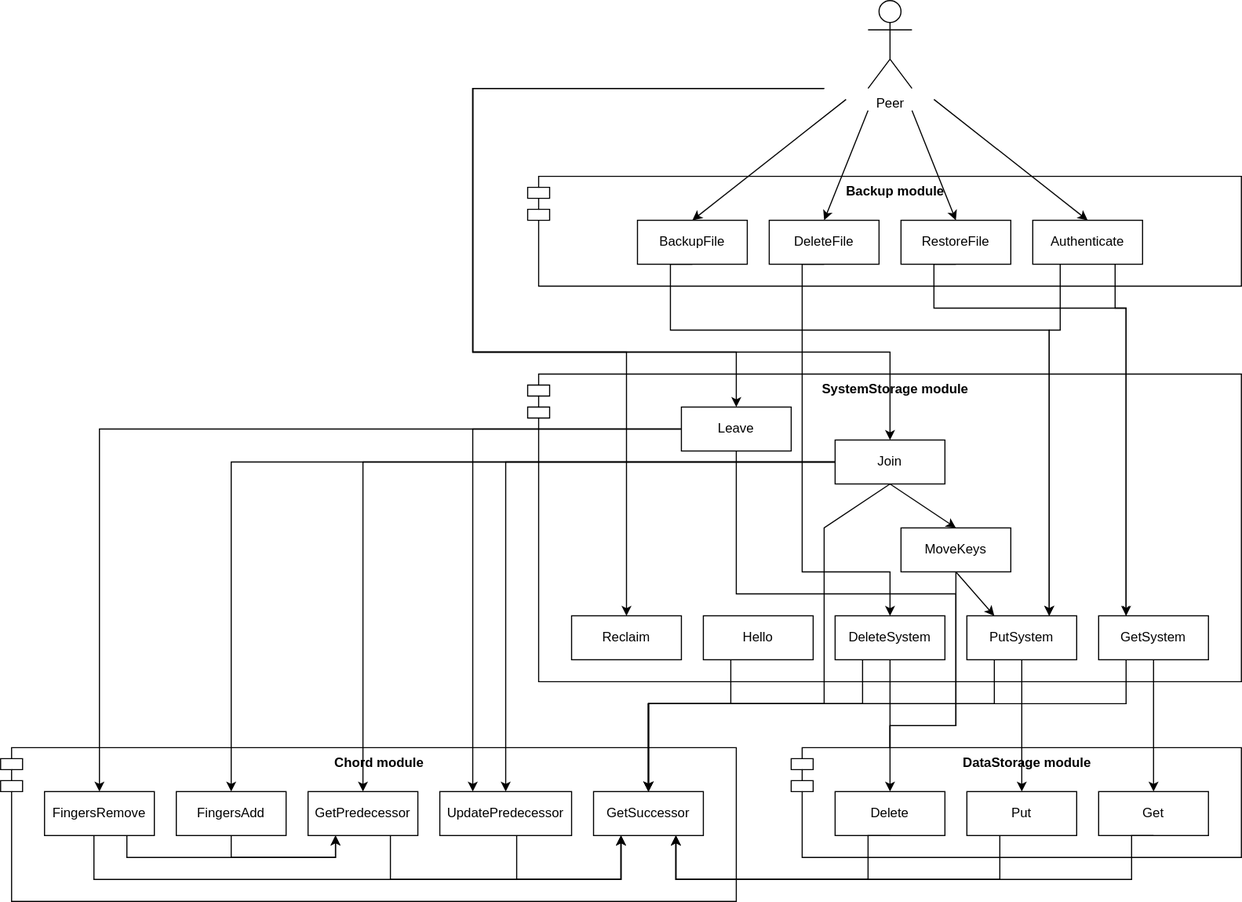
The draw.io diagram doc/protocols.svg in dmfrodrigues/feup-sdis-proj2, before a commit. Source tidied: cells renumbered, new cells last; positions are measured from the earlier drawing's top-left corner, leaving out a move shared by most shapes.
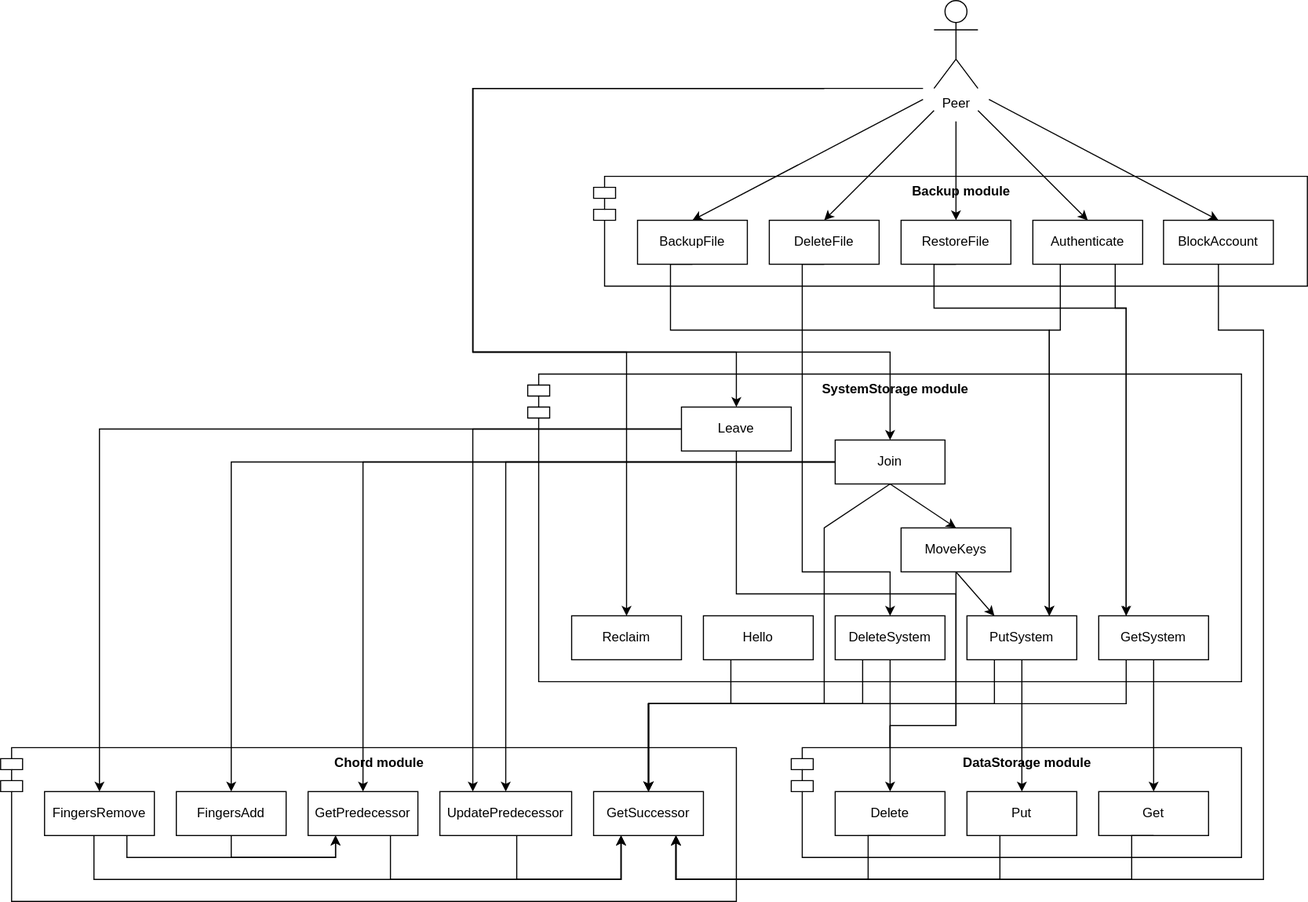
Later version of the same file.

Commit message:
Reviewed protocols

Diff of the diagram source:
```diff
@@ -45,7 +45,7 @@
       <mxGeometry x="760" y="560" width="100" height="40" as="geometry" />
     </mxCell>
     <mxCell id="11" value="Backup module" style="shape=module;align=left;spacingLeft=20;align=center;verticalAlign=top;fontStyle=1;" parent="1" vertex="1">
-      <mxGeometry x="480" y="160" width="650" height="100" as="geometry" />
+      <mxGeometry x="540" y="160" width="650" height="100" as="geometry" />
     </mxCell>
     <mxCell id="12" style="edgeStyle=orthogonalEdgeStyle;rounded=0;jettySize=auto;html=1;exitX=0.5;exitY=1;exitDx=0;exitDy=0;entryX=0.75;entryY=0;entryDx=0;entryDy=0;" parent="1" edge="1" source="13" target="6">
       <mxGeometry relative="1" as="geometry">
@@ -129,26 +129,26 @@
     </mxCell>
     <mxCell id="28" style="edgeStyle=none;rounded=0;jettySize=auto;html=1;entryX=0.5;entryY=0;entryDx=0;entryDy=0;endArrow=classic;endFill=1;" parent="1" edge="1" target="19">
       <mxGeometry relative="1" as="geometry">
-        <mxPoint x="850" y="90" as="sourcePoint" />
+        <mxPoint x="890" y="100" as="sourcePoint" />
       </mxGeometry>
     </mxCell>
     <mxCell id="29" style="edgeStyle=none;rounded=0;jettySize=auto;html=1;entryX=0.5;entryY=0;entryDx=0;entryDy=0;endArrow=classic;endFill=1;" parent="1" edge="1" target="13">
       <mxGeometry relative="1" as="geometry">
-        <mxPoint x="770" y="90" as="sourcePoint" />
+        <mxPoint x="840" y="90" as="sourcePoint" />
       </mxGeometry>
     </mxCell>
     <mxCell id="30" style="edgeStyle=none;rounded=0;jettySize=auto;html=1;entryX=0.5;entryY=0;entryDx=0;entryDy=0;endArrow=classic;endFill=1;" parent="1" edge="1" target="17">
       <mxGeometry relative="1" as="geometry">
-        <mxPoint x="790" y="100" as="sourcePoint" />
+        <mxPoint x="850" y="100" as="sourcePoint" />
       </mxGeometry>
     </mxCell>
     <mxCell id="31" style="edgeStyle=none;rounded=0;jettySize=auto;html=1;entryX=0.5;entryY=0;entryDx=0;entryDy=0;endArrow=classic;endFill=1;" parent="1" edge="1" target="15">
       <mxGeometry relative="1" as="geometry">
-        <mxPoint x="830" y="100" as="sourcePoint" />
+        <mxPoint x="870" y="110" as="sourcePoint" />
       </mxGeometry>
     </mxCell>
     <mxCell id="32" value="Peer" style="shape=umlActor;verticalLabelPosition=bottom;verticalAlign=top;html=1;" parent="1" vertex="1">
-      <mxGeometry x="790" width="40" height="80" as="geometry" />
+      <mxGeometry x="850" width="40" height="80" as="geometry" />
     </mxCell>
     <mxCell id="33" style="edgeStyle=orthogonalEdgeStyle;rounded=0;jettySize=auto;html=1;entryX=0.25;entryY=1;entryDx=0;entryDy=0;exitX=0.5;exitY=1;exitDx=0;exitDy=0;" parent="1" edge="1" source="34" target="3">
       <mxGeometry relative="1" as="geometry">
@@ -313,7 +313,7 @@
     </mxCell>
     <mxCell id="63" style="edgeStyle=none;rounded=0;jettySize=auto;html=1;entryX=0.5;entryY=0;entryDx=0;entryDy=0;endArrow=classic;endFill=1;" parent="1" edge="1" target="46">
       <mxGeometry relative="1" as="geometry">
-        <mxPoint x="750" y="80" as="sourcePoint" />
+        <mxPoint x="840" y="80" as="sourcePoint" />
         <Array as="points">
           <mxPoint x="430" y="80" />
           <mxPoint x="430" y="320" />
@@ -321,5 +321,23 @@
         </Array>
       </mxGeometry>
     </mxCell>
+    <mxCell id="64" style="edgeStyle=orthogonalEdgeStyle;rounded=0;jettySize=auto;html=1;exitX=0.5;exitY=1;exitDx=0;exitDy=0;entryX=0.75;entryY=1;entryDx=0;entryDy=0;" parent="1" edge="1" source="65" target="3">
+      <mxGeometry relative="1" as="geometry">
+        <Array as="points">
+          <mxPoint x="1109" y="300" />
+          <mxPoint x="1150" y="300" />
+          <mxPoint x="1150" y="800" />
+          <mxPoint x="615" y="800" />
+        </Array>
+      </mxGeometry>
+    </mxCell>
+    <mxCell id="65" value="BlockAccount" style="rounded=0;whiteSpace=wrap;html=1;spacing=10;" parent="1" vertex="1">
+      <mxGeometry x="1059" y="200" width="100" height="40" as="geometry" />
+    </mxCell>
+    <mxCell id="66" style="edgeStyle=none;rounded=0;jettySize=auto;html=1;entryX=0.5;entryY=0;entryDx=0;entryDy=0;endArrow=classic;endFill=1;" parent="1" edge="1" target="65">
+      <mxGeometry relative="1" as="geometry">
+        <mxPoint x="900" y="90" as="sourcePoint" />
+      </mxGeometry>
+    </mxCell>
   </root>
 </mxGraphModel>
```
